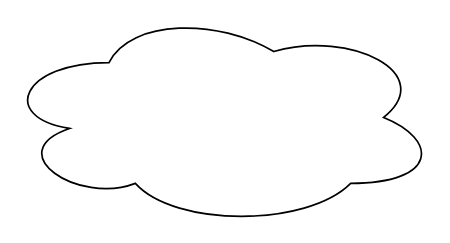
This is 云朵.drawio from hhhmzz/GitTest, a draw.io file, before an edit. Source tidied: cells renumbered, new cells numbered last; positions are measured from the earlier drawing's top-left corner, leaving out a move shared by most shapes. Both pictures are drawn from the tidied source at 169%, with x=0, y=0 at pixel (-2, 7).
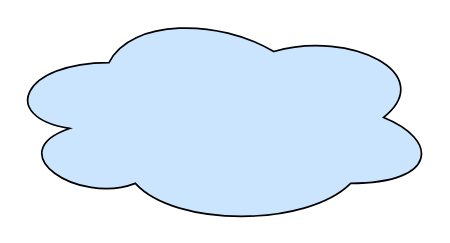
The same diagram, later.

What changed in the source:
```diff
@@
 <mxGraphModel>
   <root>
     <mxCell id="0" />
     <mxCell id="1" parent="0" />
-    <mxCell id="2" style="ellipse;shape=cloud;whiteSpace=wrap;html=1;" parent="1" vertex="1">
+    <mxCell id="2" style="ellipse;shape=cloud;whiteSpace=wrap;html=1;fillColor=#CCE5FF;" parent="1" vertex="1">
       <mxGeometry width="260" height="130" as="geometry" />
     </mxCell>
   </root>
 </mxGraphModel>
```
